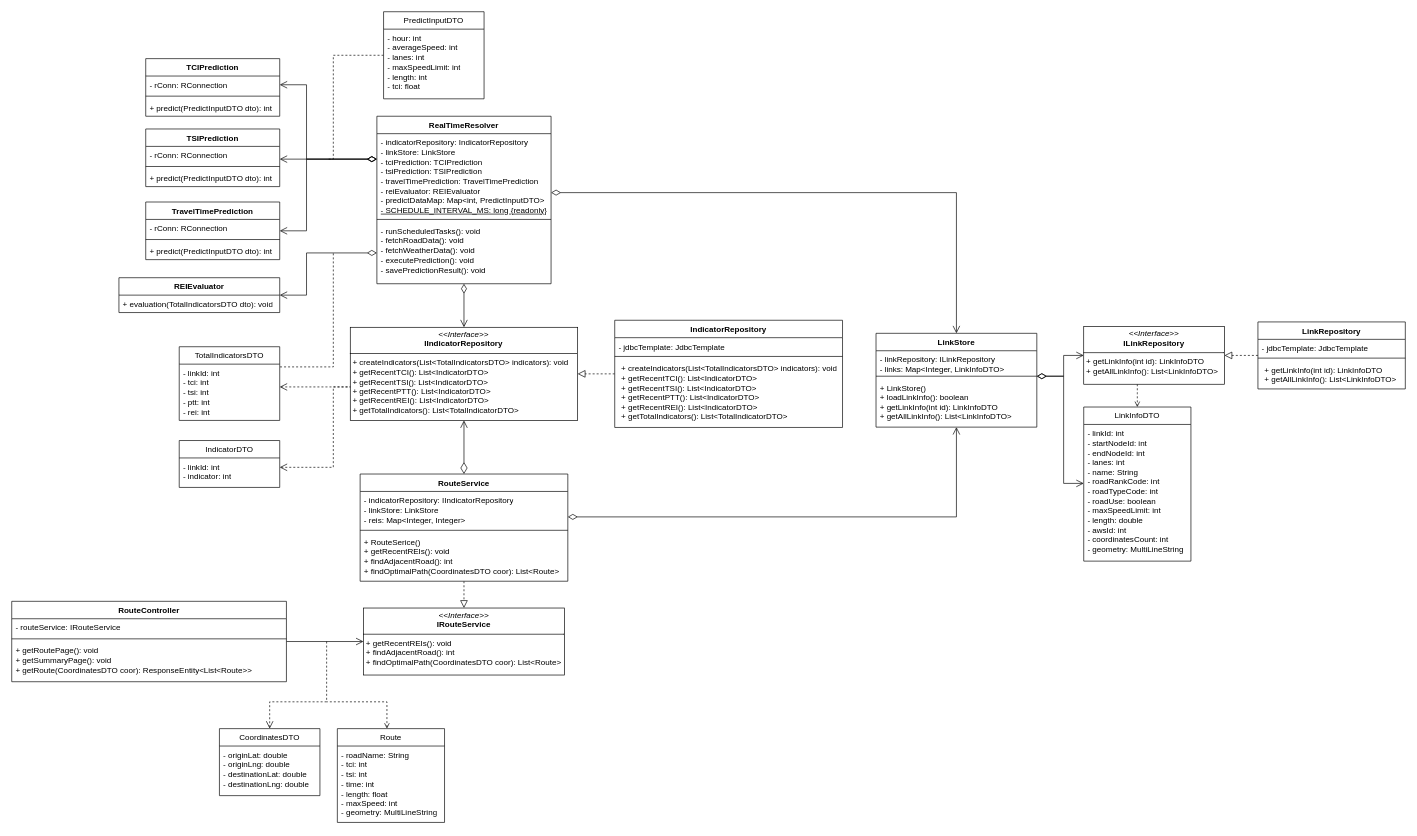
SD-PARK/project-log keeps this draw.io diagram as 04.Portfolio/ClassDiagram.drawio. Above is the earlier version. Source tidied: cells renumbered, new cells numbered last; positions are measured from the earlier drawing's top-left corner, leaving out a move shared by most shapes. Both pictures are drawn from the tidied source at 67%, with x=0, y=0 at pixel (11, 11).
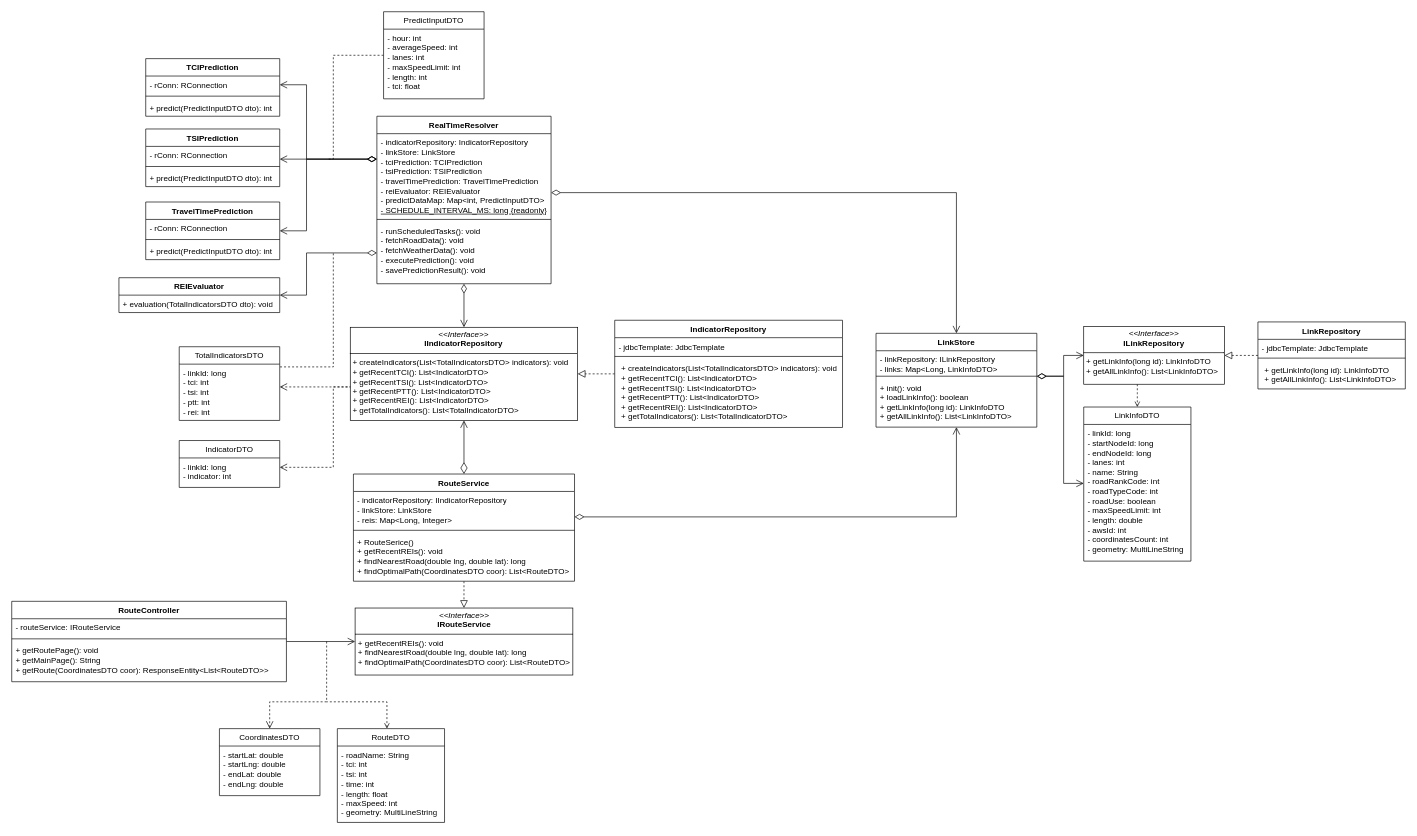
After the change.

Commit message:
docs: 일부 클래스 메소드명 및 타입 수정

Unchanged cells that the change refers to:
```xml
<mxCell id="23" value="RouteController" style="swimlane;fontStyle=1;align=center;verticalAlign=top;horizontal=1;startSize=26;whiteSpace=wrap;html=1;swimlaneFillColor=default;" parent="1" vertex="1">
  <mxGeometry y="880" width="410" height="120" as="geometry" />
</mxCell>
<mxCell id="34" value="CoordinatesDTO" style="swimlane;fontStyle=0;horizontal=1;startSize=26;fillColor=none;whiteSpace=wrap;html=1;swimlaneFillColor=default;" parent="1" vertex="1">
  <mxGeometry x="310" y="1070" width="150" height="100" as="geometry" />
</mxCell>
<mxCell id="38" value="IndicatorDTO" style="swimlane;fontStyle=0;horizontal=1;startSize=26;fillColor=none;whiteSpace=wrap;html=1;" parent="1" vertex="1">
  <mxGeometry x="250" y="640" width="150" height="70" as="geometry" />
</mxCell>
<mxCell id="47" value="TotalIndicatorsDTO" style="swimlane;fontStyle=0;horizontal=1;startSize=26;fillColor=none;whiteSpace=wrap;html=1;swimlaneFillColor=default;" parent="1" vertex="1">
  <mxGeometry x="250" y="500" width="150" height="110" as="geometry" />
</mxCell>
<mxCell id="55" value="LinkStore" style="swimlane;fontStyle=1;align=center;verticalAlign=top;horizontal=1;startSize=26;whiteSpace=wrap;html=1;swimlaneFillColor=default;" parent="1" vertex="1">
  <mxGeometry x="1290" y="480" width="240" height="140" as="geometry" />
</mxCell>
<mxCell id="61" value="LinkInfoDTO" style="swimlane;fontStyle=0;horizontal=1;startSize=26;fillColor=none;whiteSpace=wrap;html=1;swimlaneFillColor=default;" parent="1" vertex="1">
  <mxGeometry x="1600" y="590" width="160" height="230" as="geometry" />
</mxCell>
<mxCell id="72" value="&lt;b&gt;LinkRepository&lt;/b&gt;" style="swimlane;fontStyle=1;align=center;verticalAlign=top;horizontal=1;startSize=26;whiteSpace=wrap;html=1;swimlaneFillColor=default;" parent="1" vertex="1">
  <mxGeometry x="1860" y="463" width="220" height="100" as="geometry" />
</mxCell>
```

The edit, as a diff of the source:
```diff
@@
-    <mxCell id="26" value="+ getRoutePage(): void&lt;div&gt;+ getSummaryPage(): void&lt;/div&gt;&lt;div&gt;+ getRoute(CoordinatesDTO coor):&amp;nbsp;ResponseEntity&amp;lt;List&amp;lt;Route&amp;gt;&amp;gt;&lt;/div&gt;" style="text;strokeColor=none;fillColor=none;align=left;verticalAlign=top;spacingLeft=4;spacingRight=4;overflow=hidden;whiteSpace=wrap;html=1;" parent="23" vertex="1">
+    <mxCell id="26" value="+ getRoutePage(): void&lt;div&gt;+ getMainPage(): String&lt;/div&gt;&lt;div&gt;+ getRoute(CoordinatesDTO coor):&amp;nbsp;ResponseEntity&amp;lt;List&amp;lt;RouteDTO&amp;gt;&amp;gt;&lt;/div&gt;" style="text;strokeColor=none;fillColor=none;align=left;verticalAlign=top;spacingLeft=4;spacingRight=4;overflow=hidden;whiteSpace=wrap;html=1;" parent="23" vertex="1">
       <mxGeometry y="60" width="410" height="60" as="geometry" />
     </mxCell>
@@
     <mxCell id="30" value="RouteService" style="swimlane;fontStyle=1;align=center;verticalAlign=top;horizontal=1;startSize=26;whiteSpace=wrap;html=1;swimlaneFillColor=default;" parent="1" vertex="1">
-      <mxGeometry x="520" y="690" width="310" height="160" as="geometry" />
+      <mxGeometry x="510" y="690" width="330" height="160" as="geometry" />
     </mxCell>
-    <mxCell id="31" value="- indicatorRepository: IIndicatorRepository&lt;div&gt;- linkStore: LinkStore&lt;/div&gt;&lt;div&gt;- reis: Map&amp;lt;Integer, Integer&amp;gt;&lt;/div&gt;" style="text;strokeColor=none;fillColor=none;align=left;verticalAlign=top;spacingLeft=4;spacingRight=4;overflow=hidden;whiteSpace=wrap;html=1;" parent="30" vertex="1">
-      <mxGeometry y="26" width="310" height="54" as="geometry" />
+    <mxCell id="31" value="- indicatorRepository: IIndicatorRepository&lt;div&gt;- linkStore: LinkStore&lt;/div&gt;&lt;div&gt;- reis: Map&amp;lt;Long, Integer&amp;gt;&lt;/div&gt;" style="text;strokeColor=none;fillColor=none;align=left;verticalAlign=top;spacingLeft=4;spacingRight=4;overflow=hidden;whiteSpace=wrap;html=1;" parent="30" vertex="1">
+      <mxGeometry y="26" width="330" height="54" as="geometry" />
     </mxCell>
     <mxCell id="32" style="line;strokeWidth=1;fillColor=none;align=left;verticalAlign=middle;spacingTop=-1;spacingLeft=3;spacingRight=3;labelPosition=right;strokeColor=inherit;" parent="30" vertex="1">
-      <mxGeometry y="80" width="310" height="8" as="geometry" />
+      <mxGeometry y="80" width="330" height="8" as="geometry" />
     </mxCell>
-    <mxCell id="33" value="+ RouteSerice()&lt;div&gt;&lt;span style=&quot;background-color: initial;&quot;&gt;+ getRecentREIs(): void&lt;/span&gt;&lt;/div&gt;&lt;div&gt;&lt;span style=&quot;background-color: initial;&quot;&gt;+ findAdjacentRoad(): int&lt;/span&gt;&lt;/div&gt;&lt;div&gt;&lt;span style=&quot;background-color: initial;&quot;&gt;+ findOptimalPath(CoordinatesDTO coor): List&amp;lt;Route&amp;gt;&lt;/span&gt;&lt;/div&gt;" style="text;strokeColor=none;fillColor=none;align=left;verticalAlign=top;spacingLeft=4;spacingRight=4;overflow=hidden;whiteSpace=wrap;html=1;" parent="30" vertex="1">
-      <mxGeometry y="88" width="310" height="72" as="geometry" />
+    <mxCell id="33" value="+ RouteSerice()&lt;div&gt;&lt;span style=&quot;background-color: initial;&quot;&gt;+ getRecentREIs(): void&lt;/span&gt;&lt;/div&gt;&lt;div&gt;&lt;span style=&quot;background-color: initial;&quot;&gt;+ findNearestRoad(double lng, double lat): long&lt;/span&gt;&lt;/div&gt;&lt;div&gt;&lt;span style=&quot;background-color: initial;&quot;&gt;+ findOptimalPath(CoordinatesDTO coor): List&amp;lt;RouteDTO&amp;gt;&lt;/span&gt;&lt;br&gt;&lt;/div&gt;" style="text;strokeColor=none;fillColor=none;align=left;verticalAlign=top;spacingLeft=4;spacingRight=4;overflow=hidden;whiteSpace=wrap;html=1;" parent="30" vertex="1">
+      <mxGeometry y="88" width="330" height="72" as="geometry" />
     </mxCell>
@@
-    <mxCell id="35" value="- originLat: double&lt;div&gt;- originLng: double&lt;br&gt;&lt;/div&gt;&lt;div&gt;- destinationLat&lt;span style=&quot;background-color: initial;&quot;&gt;: double&lt;/span&gt;&lt;br&gt;&lt;/div&gt;&lt;div&gt;- destinationLng&lt;span style=&quot;background-color: initial;&quot;&gt;: double&lt;/span&gt;&lt;span style=&quot;background-color: initial;&quot;&gt;&lt;br&gt;&lt;/span&gt;&lt;/div&gt;" style="text;strokeColor=none;fillColor=none;align=left;verticalAlign=top;spacingLeft=4;spacingRight=4;overflow=hidden;whiteSpace=wrap;html=1;" parent="34" vertex="1">
+    <mxCell id="35" value="- startLat: double&lt;div&gt;- startLng: double&lt;br&gt;&lt;/div&gt;&lt;div&gt;- endLat&lt;span style=&quot;background-color: initial;&quot;&gt;: double&lt;/span&gt;&lt;br&gt;&lt;/div&gt;&lt;div&gt;- endLng&lt;span style=&quot;background-color: initial;&quot;&gt;: double&lt;/span&gt;&lt;span style=&quot;background-color: initial;&quot;&gt;&lt;br&gt;&lt;/span&gt;&lt;/div&gt;" style="text;strokeColor=none;fillColor=none;align=left;verticalAlign=top;spacingLeft=4;spacingRight=4;overflow=hidden;whiteSpace=wrap;html=1;" parent="34" vertex="1">
       <mxGeometry y="26" width="150" height="74" as="geometry" />
     </mxCell>
@@
-    <mxCell id="39" value="- linkId: int&lt;div&gt;- indicator: int&lt;br&gt;&lt;/div&gt;" style="text;strokeColor=none;fillColor=none;align=left;verticalAlign=top;spacingLeft=4;spacingRight=4;overflow=hidden;whiteSpace=wrap;html=1;" parent="38" vertex="1">
+    <mxCell id="39" value="- linkId: long&lt;div&gt;- indicator: int&lt;br&gt;&lt;/div&gt;" style="text;strokeColor=none;fillColor=none;align=left;verticalAlign=top;spacingLeft=4;spacingRight=4;overflow=hidden;whiteSpace=wrap;html=1;" parent="38" vertex="1">
       <mxGeometry y="26" width="150" height="44" as="geometry" />
     </mxCell>
-    <mxCell id="40" value="&lt;p style=&quot;margin:0px;margin-top:4px;text-align:center;&quot;&gt;&lt;i&gt;&amp;lt;&amp;lt;Interface&amp;gt;&amp;gt;&lt;/i&gt;&lt;br&gt;&lt;b&gt;I&lt;/b&gt;&lt;b style=&quot;background-color: initial;&quot;&gt;RouteService&lt;/b&gt;&lt;/p&gt;&lt;hr size=&quot;1&quot; style=&quot;border-style:solid;&quot;&gt;&lt;p style=&quot;margin:0px;margin-left:4px;&quot;&gt;+ getRecentREIs(): void&lt;/p&gt;&lt;p style=&quot;margin:0px;margin-left:4px;&quot;&gt;+ findAdjacentRoad(): int&lt;/p&gt;&lt;p style=&quot;margin:0px;margin-left:4px;&quot;&gt;+ findOptimalPath(CoordinatesDTO coor): List&amp;lt;Route&amp;gt;&lt;/p&gt;" style="verticalAlign=top;align=left;overflow=fill;html=1;whiteSpace=wrap;swimlaneFillColor=default;" parent="1" vertex="1">
-      <mxGeometry x="525" y="890" width="300" height="100" as="geometry" />
+    <mxCell id="40" value="&lt;p style=&quot;margin:0px;margin-top:4px;text-align:center;&quot;&gt;&lt;i&gt;&amp;lt;&amp;lt;Interface&amp;gt;&amp;gt;&lt;/i&gt;&lt;br&gt;&lt;b&gt;I&lt;/b&gt;&lt;b style=&quot;background-color: initial;&quot;&gt;RouteService&lt;/b&gt;&lt;/p&gt;&lt;hr size=&quot;1&quot; style=&quot;border-style:solid;&quot;&gt;&lt;p style=&quot;margin:0px;margin-left:4px;&quot;&gt;+ getRecentREIs(): void&lt;/p&gt;&lt;p style=&quot;margin:0px;margin-left:4px;&quot;&gt;+ findNearestRoad(double lng, double lat): long&lt;/p&gt;&lt;p style=&quot;margin:0px;margin-left:4px;&quot;&gt;+ findOptimalPath(CoordinatesDTO coor): List&amp;lt;RouteDTO&amp;gt;&lt;/p&gt;" style="verticalAlign=top;align=left;overflow=fill;html=1;whiteSpace=wrap;swimlaneFillColor=default;" parent="1" vertex="1">
+      <mxGeometry x="512.5" y="890" width="325" height="100" as="geometry" />
     </mxCell>
@@
-    <mxCell id="42" value="Route" style="swimlane;fontStyle=0;horizontal=1;startSize=26;fillColor=none;whiteSpace=wrap;html=1;swimlaneFillColor=default;" parent="1" vertex="1">
+    <mxCell id="42" value="RouteDTO" style="swimlane;fontStyle=0;horizontal=1;startSize=26;fillColor=none;whiteSpace=wrap;html=1;swimlaneFillColor=default;" parent="1" vertex="1">
       <mxGeometry x="486" y="1070" width="160" height="140" as="geometry" />
     </mxCell>
@@
-    <mxCell id="49" value="- linkId: int&lt;div&gt;- tci: int&lt;br&gt;&lt;/div&gt;&lt;div&gt;- tsi: int&lt;/div&gt;&lt;div&gt;- ptt: int&lt;/div&gt;&lt;div&gt;- rei: int&lt;/div&gt;" style="text;strokeColor=none;fillColor=none;align=left;verticalAlign=top;spacingLeft=4;spacingRight=4;overflow=hidden;points=[[0,0.5],[1,0.5]];portConstraint=eastwest;whiteSpace=wrap;html=1;" parent="47" vertex="1">
+    <mxCell id="49" value="- linkId: long&lt;div&gt;- tci: int&lt;br&gt;&lt;/div&gt;&lt;div&gt;- tsi: int&lt;/div&gt;&lt;div&gt;- ptt: int&lt;/div&gt;&lt;div&gt;- rei: int&lt;/div&gt;" style="text;strokeColor=none;fillColor=none;align=left;verticalAlign=top;spacingLeft=4;spacingRight=4;overflow=hidden;points=[[0,0.5],[1,0.5]];portConstraint=eastwest;whiteSpace=wrap;html=1;" parent="47" vertex="1">
       <mxGeometry y="26" width="150" height="84" as="geometry" />
     </mxCell>
@@
-    <mxCell id="56" value="&lt;div&gt;- linkRepository: ILinkRepository&lt;/div&gt;- links: Map&amp;lt;Integer, LinkInfoDTO&amp;gt;" style="text;strokeColor=none;fillColor=none;align=left;verticalAlign=top;spacingLeft=4;spacingRight=4;overflow=hidden;whiteSpace=wrap;html=1;" parent="55" vertex="1">
+    <mxCell id="56" value="&lt;div&gt;- linkRepository: ILinkRepository&lt;/div&gt;- links: Map&amp;lt;Long, LinkInfoDTO&amp;gt;" style="text;strokeColor=none;fillColor=none;align=left;verticalAlign=top;spacingLeft=4;spacingRight=4;overflow=hidden;whiteSpace=wrap;html=1;" parent="55" vertex="1">
       <mxGeometry y="26" width="240" height="34" as="geometry" />
     </mxCell>
@@
-    <mxCell id="58" value="+ LinkStore()&lt;div&gt;+ loadLinkInfo(): boolean&lt;/div&gt;&lt;div&gt;+ getLinkInfo(int id): LinkInfoDTO&lt;/div&gt;&lt;div&gt;+ getAllLinkInfo(): List&amp;lt;LinkInfoDTO&amp;gt;&lt;br&gt;&lt;/div&gt;" style="text;strokeColor=none;fillColor=none;align=left;verticalAlign=top;spacingLeft=4;spacingRight=4;overflow=hidden;points=[[0,0.5],[1,0.5]];portConstraint=eastwest;whiteSpace=wrap;html=1;" parent="55" vertex="1">
+    <mxCell id="58" value="+ init(): void&lt;div&gt;+ loadLinkInfo(): boolean&lt;/div&gt;&lt;div&gt;+ getLinkInfo(long id): LinkInfoDTO&lt;/div&gt;&lt;div&gt;+ getAllLinkInfo(): List&amp;lt;LinkInfoDTO&amp;gt;&lt;br&gt;&lt;/div&gt;" style="text;strokeColor=none;fillColor=none;align=left;verticalAlign=top;spacingLeft=4;spacingRight=4;overflow=hidden;points=[[0,0.5],[1,0.5]];portConstraint=eastwest;whiteSpace=wrap;html=1;" parent="55" vertex="1">
       <mxGeometry y="68" width="240" height="72" as="geometry" />
     </mxCell>
@@
-    <mxCell id="60" value="&lt;p style=&quot;margin:0px;margin-top:4px;text-align:center;&quot;&gt;&lt;i&gt;&amp;lt;&amp;lt;Interface&amp;gt;&amp;gt;&lt;/i&gt;&lt;br&gt;&lt;b&gt;ILinkRepository&lt;/b&gt;&lt;/p&gt;&lt;hr size=&quot;1&quot; style=&quot;border-style:solid;&quot;&gt;&lt;p style=&quot;margin:0px;margin-left:4px;&quot;&gt;&lt;span style=&quot;background-color: initial;&quot;&gt;+ getLinkInfo(int id): LinkInfoDTO&lt;/span&gt;&lt;/p&gt;&lt;p style=&quot;margin:0px;margin-left:4px;&quot;&gt;&lt;span style=&quot;background-color: initial;&quot;&gt;+ getAllLinkInfo(): List&amp;lt;LinkInfoDTO&amp;gt;&lt;/span&gt;&lt;br&gt;&lt;/p&gt;" style="verticalAlign=top;align=left;overflow=fill;html=1;whiteSpace=wrap;swimlaneFillColor=default;" parent="1" vertex="1">
+    <mxCell id="60" value="&lt;p style=&quot;margin:0px;margin-top:4px;text-align:center;&quot;&gt;&lt;i&gt;&amp;lt;&amp;lt;Interface&amp;gt;&amp;gt;&lt;/i&gt;&lt;br&gt;&lt;b&gt;ILinkRepository&lt;/b&gt;&lt;/p&gt;&lt;hr size=&quot;1&quot; style=&quot;border-style:solid;&quot;&gt;&lt;p style=&quot;margin:0px;margin-left:4px;&quot;&gt;&lt;span style=&quot;background-color: initial;&quot;&gt;+ getLinkInfo(long id): LinkInfoDTO&lt;/span&gt;&lt;/p&gt;&lt;p style=&quot;margin:0px;margin-left:4px;&quot;&gt;&lt;span style=&quot;background-color: initial;&quot;&gt;+ getAllLinkInfo(): List&amp;lt;LinkInfoDTO&amp;gt;&lt;/span&gt;&lt;br&gt;&lt;/p&gt;" style="verticalAlign=top;align=left;overflow=fill;html=1;whiteSpace=wrap;swimlaneFillColor=default;" parent="1" vertex="1">
       <mxGeometry x="1600" y="470" width="210" height="86" as="geometry" />
     </mxCell>
@@
-    <mxCell id="62" value="- linkId: int&lt;div&gt;- startNodeId: int&lt;div&gt;- endNodeId: int&lt;br&gt;&lt;/div&gt;&lt;div&gt;- lanes: int&lt;br&gt;&lt;/div&gt;&lt;div&gt;- name: String&lt;br&gt;&lt;/div&gt;&lt;div&gt;- roadRankCode: int&lt;br&gt;&lt;/div&gt;&lt;div&gt;- roadTypeCode: int&lt;br&gt;&lt;/div&gt;&lt;div&gt;- roadUse: boolean&lt;/div&gt;&lt;div&gt;- maxSpeedLimit: int&lt;/div&gt;&lt;div&gt;- length: double&lt;/div&gt;&lt;div&gt;- awsId: int&lt;/div&gt;&lt;div&gt;- coordinatesCount: int&lt;/div&gt;&lt;div&gt;- geometry: MultiLineString&lt;/div&gt;&lt;/div&gt;" style="text;strokeColor=none;fillColor=none;align=left;verticalAlign=top;spacingLeft=4;spacingRight=4;overflow=hidden;whiteSpace=wrap;html=1;" parent="61" vertex="1">
+    <mxCell id="62" value="- linkId: long&lt;div&gt;- startNodeId: long&lt;div&gt;- endNodeId: long&lt;br&gt;&lt;/div&gt;&lt;div&gt;- lanes: int&lt;br&gt;&lt;/div&gt;&lt;div&gt;- name: String&lt;br&gt;&lt;/div&gt;&lt;div&gt;- roadRankCode: int&lt;br&gt;&lt;/div&gt;&lt;div&gt;- roadTypeCode: int&lt;br&gt;&lt;/div&gt;&lt;div&gt;- roadUse: boolean&lt;/div&gt;&lt;div&gt;- maxSpeedLimit: int&lt;/div&gt;&lt;div&gt;- length: double&lt;/div&gt;&lt;div&gt;- awsId: int&lt;/div&gt;&lt;div&gt;- coordinatesCount: int&lt;/div&gt;&lt;div&gt;- geometry: MultiLineString&lt;/div&gt;&lt;/div&gt;" style="text;strokeColor=none;fillColor=none;align=left;verticalAlign=top;spacingLeft=4;spacingRight=4;overflow=hidden;whiteSpace=wrap;html=1;" parent="61" vertex="1">
       <mxGeometry y="26" width="160" height="204" as="geometry" />
     </mxCell>
@@
-    <mxCell id="75" value="&lt;p style=&quot;margin: 0px 0px 0px 4px;&quot;&gt;&lt;span style=&quot;background-color: initial;&quot;&gt;+ getLinkInfo(int id): LinkInfoDTO&lt;/span&gt;&lt;/p&gt;&lt;p style=&quot;margin: 0px 0px 0px 4px;&quot;&gt;&lt;span style=&quot;background-color: initial;&quot;&gt;+ getAllLinkInfo(): List&amp;lt;LinkInfoDTO&amp;gt;&lt;/span&gt;&lt;/p&gt;" style="text;strokeColor=none;fillColor=none;align=left;verticalAlign=top;spacingLeft=4;spacingRight=4;overflow=hidden;whiteSpace=wrap;html=1;" parent="72" vertex="1">
+    <mxCell id="75" value="&lt;p style=&quot;margin: 0px 0px 0px 4px;&quot;&gt;&lt;span style=&quot;background-color: initial;&quot;&gt;+ getLinkInfo(long id): LinkInfoDTO&lt;/span&gt;&lt;/p&gt;&lt;p style=&quot;margin: 0px 0px 0px 4px;&quot;&gt;&lt;span style=&quot;background-color: initial;&quot;&gt;+ getAllLinkInfo(): List&amp;lt;LinkInfoDTO&amp;gt;&lt;/span&gt;&lt;/p&gt;" style="text;strokeColor=none;fillColor=none;align=left;verticalAlign=top;spacingLeft=4;spacingRight=4;overflow=hidden;whiteSpace=wrap;html=1;" parent="72" vertex="1">
       <mxGeometry y="58" width="220" height="42" as="geometry" />
     </mxCell>
```
